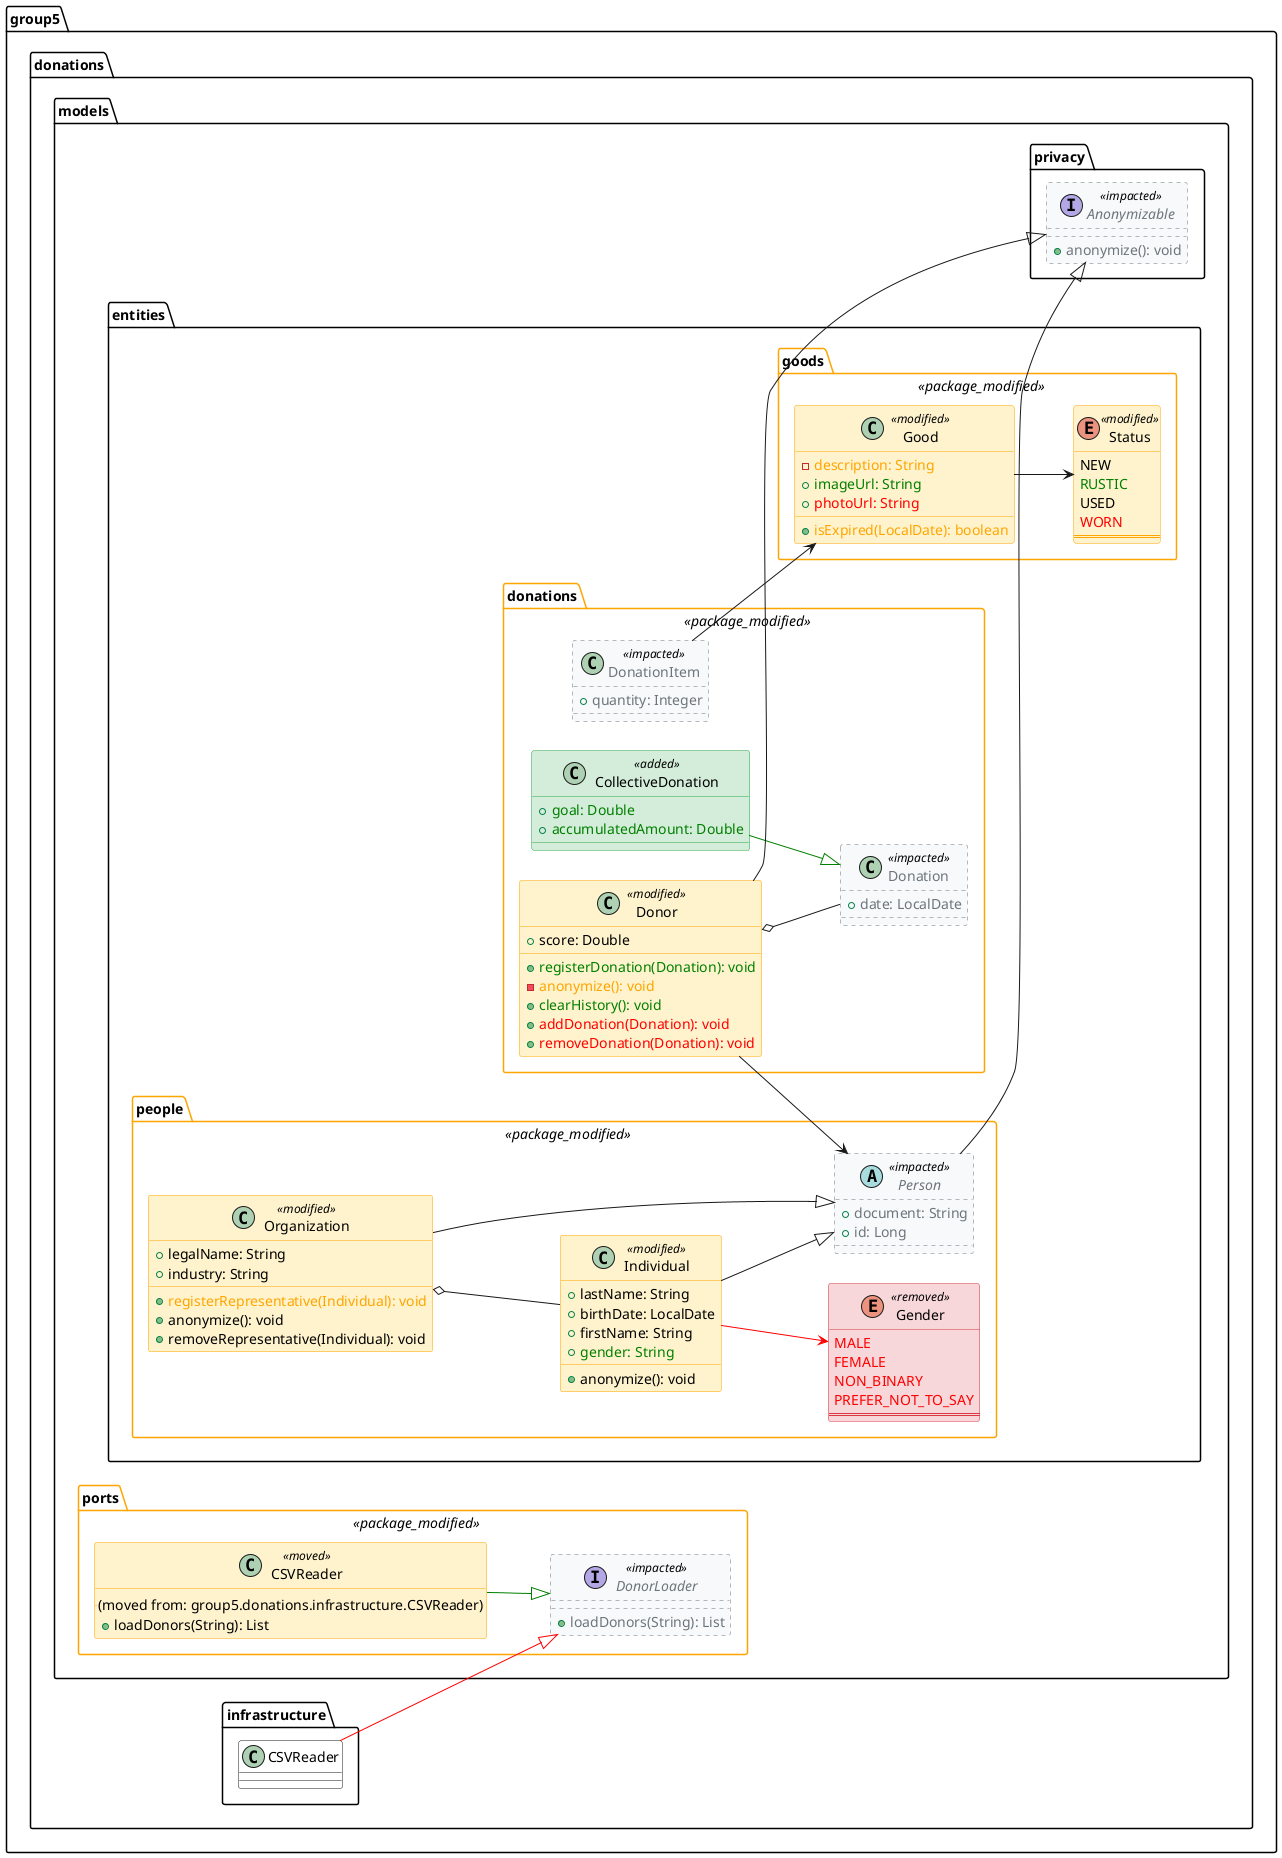
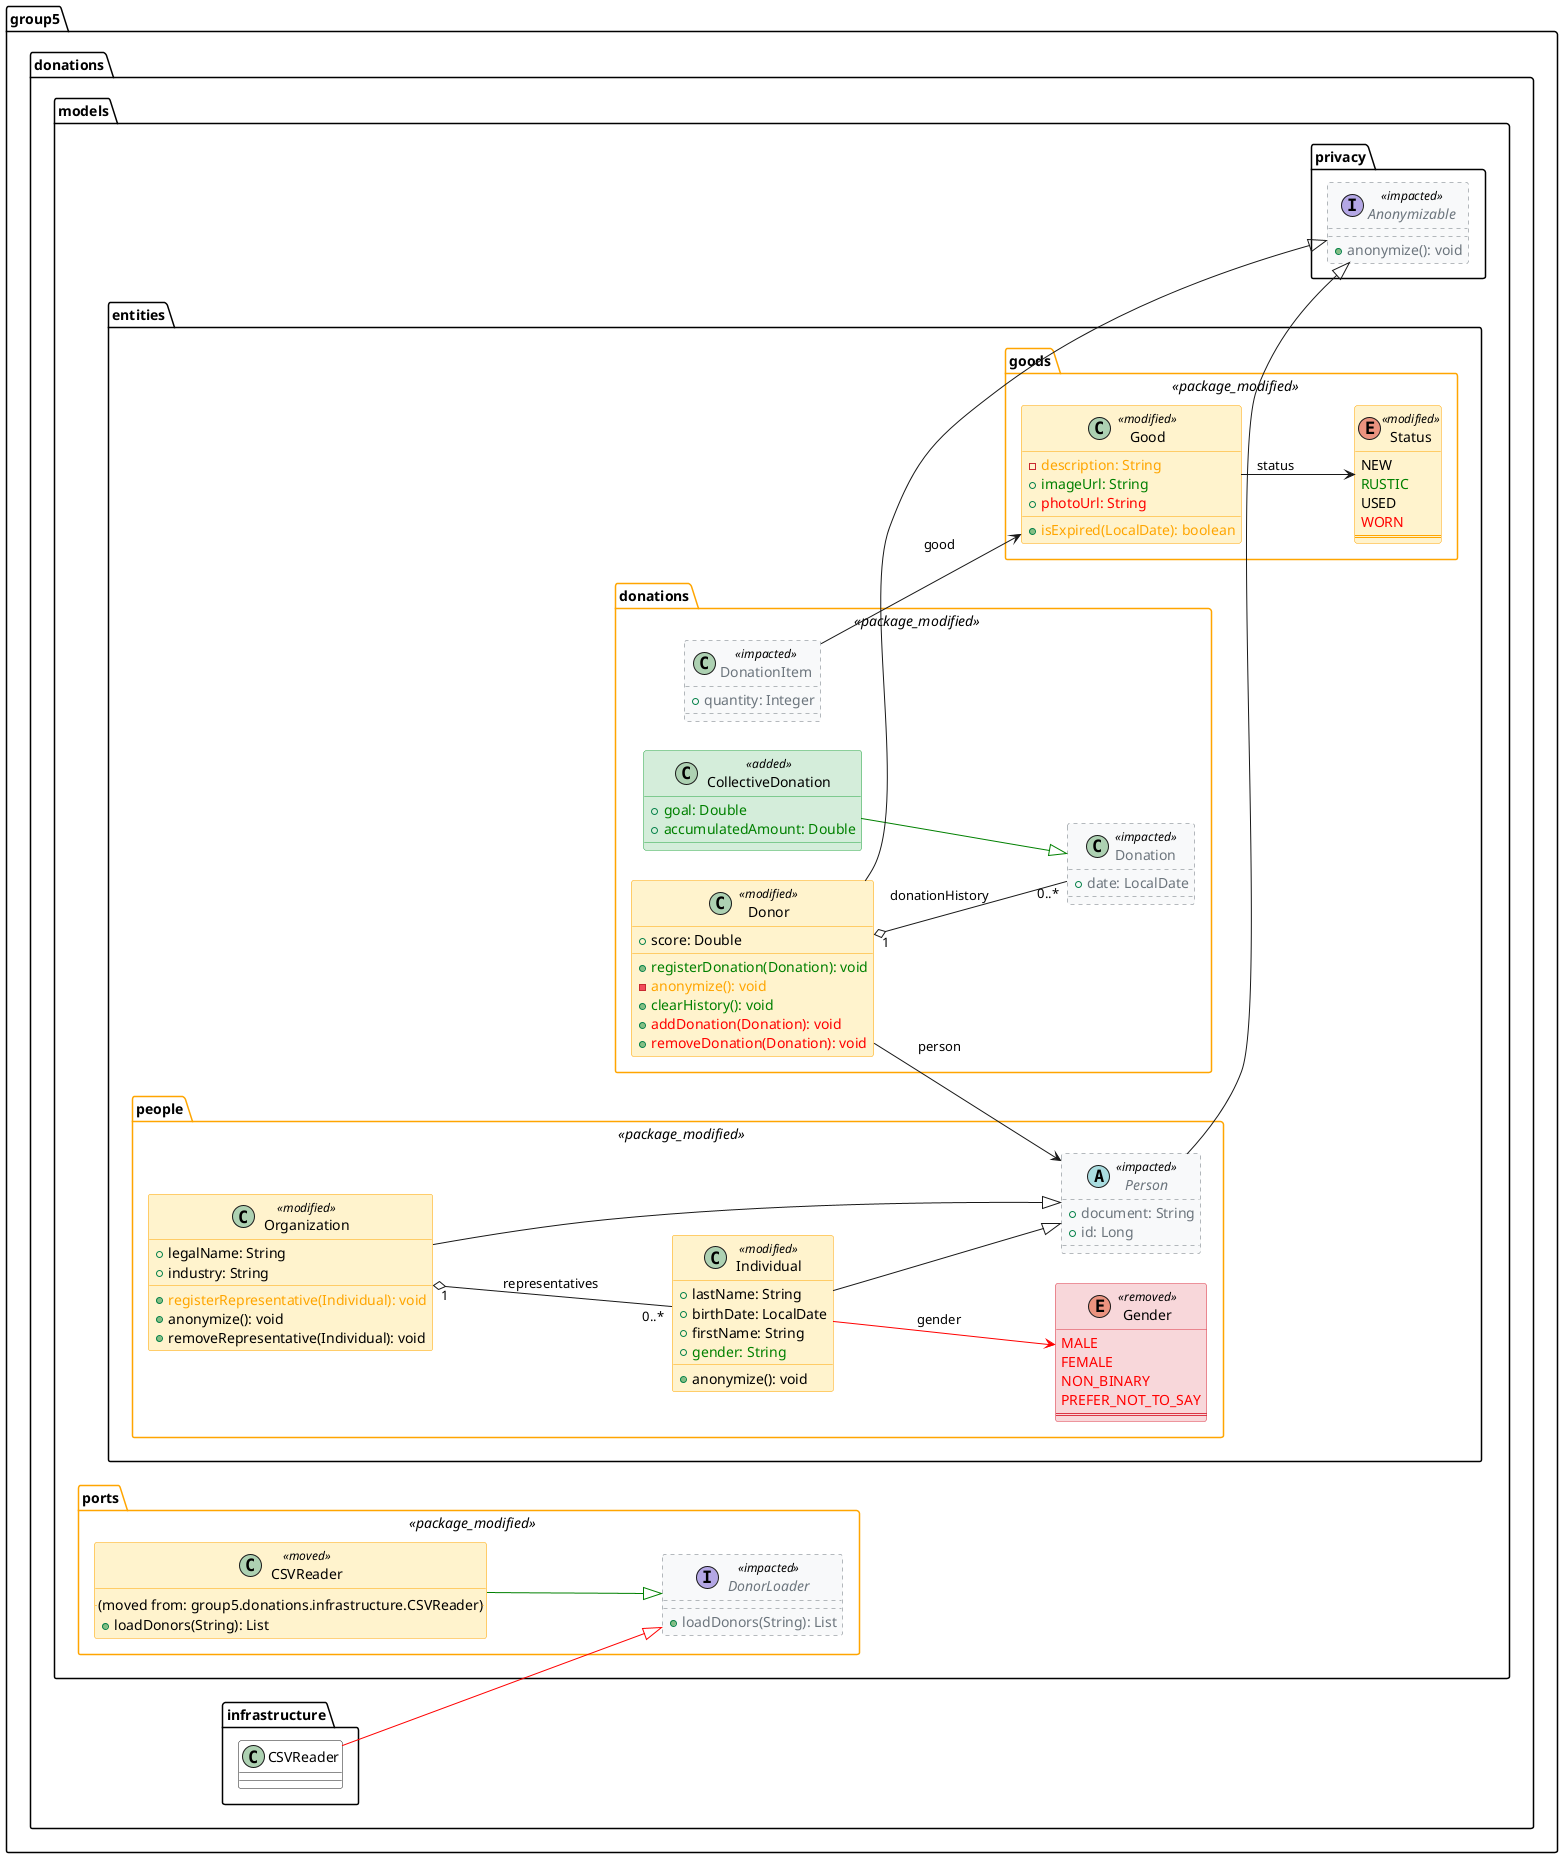
@startuml
left to right direction
skinparam linetype poly
skinparam nodesep 30
skinparam ranksep 30
skinparam packagePadding 8

<style>
  classDiagram {
    class {
      BackgroundColor transparent
      HeaderBackgroundColor transparent
      Shadowing 0
      FontName Arial
    }
    .added {
      BackgroundColor #D4EDDA
      LineColor #28A745
    }
    .removed {
      BackgroundColor #F8D7DA
      LineColor #DC3545
    }
    .modified {
      BackgroundColor #FFF3CD
      LineColor #FFA500
    }
    .moved {
      BackgroundColor #FFF3CD
      LineColor #FFA500
    }
    .impacted {
      BackgroundColor #F8F9FA
      LineColor #6C757D
      LineStyle 4
      FontColor #6C757D
    }
    .package_added {
      BackgroundColor #E8F5E9
      LineColor #28A745
    }
    .package_removed {
      BackgroundColor #FFEBEE
      LineColor #DC3545
    }
    .package_modified {
      BackgroundColor transparent
      LineColor #FFA500
    }
  }
</style>

package "group5.donations.models.entities.donations" <<package_modified>> {
class "CollectiveDonation" as group5.donations.models.entities.donations.CollectiveDonation <<added>> {
  + <color:green>goal: Double</color>
  + <color:green>accumulatedAmount: Double</color>
}
class "Donation" as group5.donations.models.entities.donations.Donation <<impacted>> {
  + date: LocalDate
}
class "DonationItem" as group5.donations.models.entities.donations.DonationItem <<impacted>> {
  + quantity: Integer
}
class "Donor" as group5.donations.models.entities.donations.Donor <<modified>> {
  + score: Double
  + <color:green>registerDonation(Donation): void</color>
  - <color:orange>anonymize(): void</color>
  + <color:green>clearHistory(): void</color>
  + <color:red>addDonation(Donation): void</color>
  + <color:red>removeDonation(Donation): void</color>
}
}

package "group5.donations.models.entities.goods" <<package_modified>> {
class "Good" as group5.donations.models.entities.goods.Good <<modified>> {
  - <color:orange>description: String</color>
  + <color:green>imageUrl: String</color>
  + <color:red>photoUrl: String</color>
  + <color:orange>isExpired(LocalDate): boolean</color>
}
enum "Status" as group5.donations.models.entities.goods.Status <<modified>> {
  NEW
  <color:green>RUSTIC</color>
  USED
  <color:red>WORN</color>
  ==
}
}

package "group5.donations.models.entities.people" <<package_modified>> {
enum "Gender" as group5.donations.models.entities.people.Gender <<removed>> {
  <color:red>MALE</color>
  <color:red>FEMALE</color>
  <color:red>NON_BINARY</color>
  <color:red>PREFER_NOT_TO_SAY</color>
  ==
}
class "Individual" as group5.donations.models.entities.people.Individual <<modified>> {
  + lastName: String
  + birthDate: LocalDate
  + firstName: String
  + <color:green>gender: String</color>
  + anonymize(): void
}
class "Organization" as group5.donations.models.entities.people.Organization <<modified>> {
  + legalName: String
  + industry: String
  + <color:orange>registerRepresentative(Individual): void</color>
  + anonymize(): void
  + removeRepresentative(Individual): void
}
abstract class "Person" as group5.donations.models.entities.people.Person <<impacted>> {
  + document: String
  + id: Long
}
}

package "group5.donations.models.ports" <<package_modified>> {
class "CSVReader" as group5.donations.models.ports.CSVReader <<moved>> {
  .. (moved from: group5.donations.infrastructure.CSVReader) ..
  + loadDonors(String): List
}
interface "DonorLoader" as group5.donations.models.ports.DonorLoader <<impacted>> {
  + loadDonors(String): List
}
}

package "group5.donations.models.privacy" {
interface "Anonymizable" as group5.donations.models.privacy.Anonymizable <<impacted>> {
  + anonymize(): void
}
}

group5.donations.infrastructure.CSVReader -[#red]-|> group5.donations.models.ports.DonorLoader
group5.donations.models.entities.donations.CollectiveDonation -[#green]-|> group5.donations.models.entities.donations.Donation
- group5.donations.models.entities.donations.DonationItem --> group5.donations.models.entities.goods.Good
- group5.donations.models.entities.donations.Donor o-- group5.donations.models.entities.donations.Donation
- group5.donations.models.entities.donations.Donor --> group5.donations.models.entities.people.Person
+ group5.donations.models.entities.donations.DonationItem --> group5.donations.models.entities.goods.Good : good
+ group5.donations.models.entities.donations.Donor "1" o-- "0..*" group5.donations.models.entities.donations.Donation : donationHistory
+ group5.donations.models.entities.donations.Donor --> group5.donations.models.entities.people.Person : person
group5.donations.models.entities.donations.Donor --|> group5.donations.models.privacy.Anonymizable
- group5.donations.models.entities.goods.Good --> group5.donations.models.entities.goods.Status
- group5.donations.models.entities.people.Individual -[#red]-> group5.donations.models.entities.people.Gender
+ group5.donations.models.entities.goods.Good --> group5.donations.models.entities.goods.Status : status
+ group5.donations.models.entities.people.Individual -[#red]-> group5.donations.models.entities.people.Gender : gender
group5.donations.models.entities.people.Individual --|> group5.donations.models.entities.people.Person
- group5.donations.models.entities.people.Organization o-- group5.donations.models.entities.people.Individual
+ group5.donations.models.entities.people.Organization "1" o-- "0..*" group5.donations.models.entities.people.Individual : representatives
group5.donations.models.entities.people.Organization --|> group5.donations.models.entities.people.Person
group5.donations.models.entities.people.Person --|> group5.donations.models.privacy.Anonymizable
group5.donations.models.ports.CSVReader -[#green]-|> group5.donations.models.ports.DonorLoader
@enduml